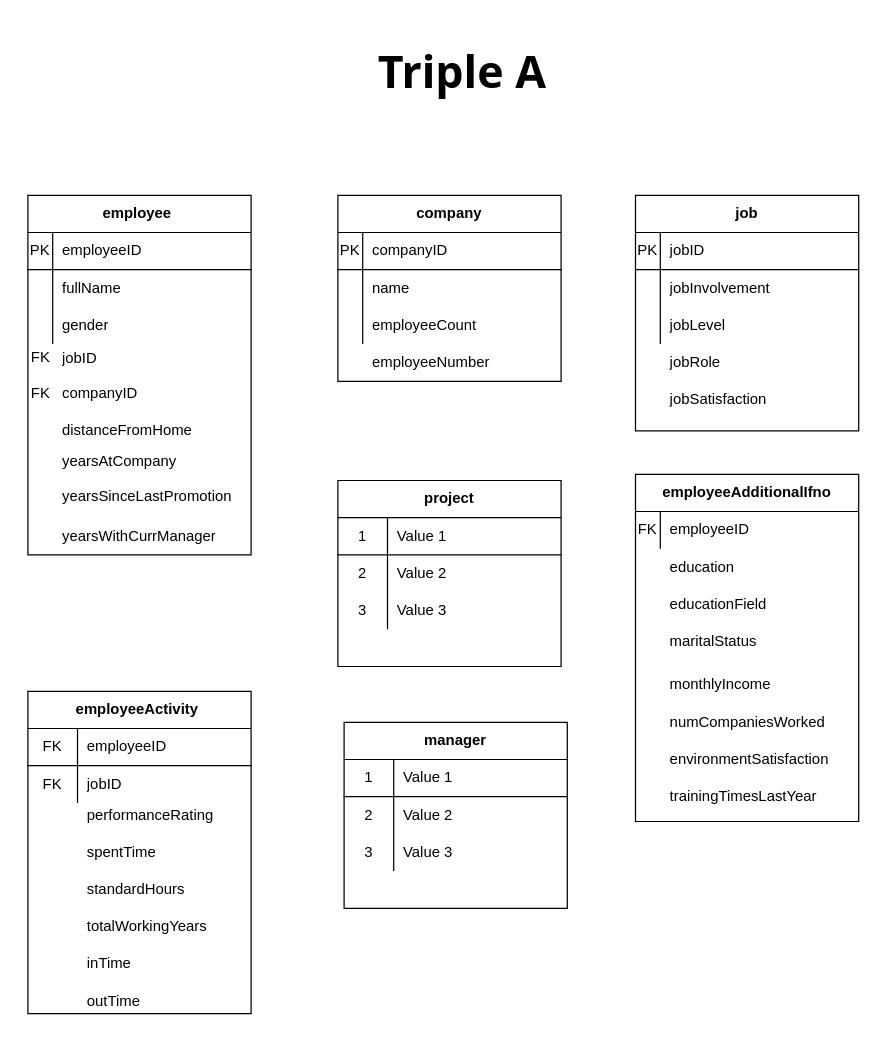
This is data/ActivMonitoring.drawio from s3rikbaeva/Activ-monitoring, a draw.io file, before an edit. Source tidied: cells renumbered, new cells numbered last; positions are measured from the earlier drawing's top-left corner, leaving out a move shared by most shapes. Both pictures are drawn from the tidied source at 124%, with x=0, y=0 at pixel (21, 21).
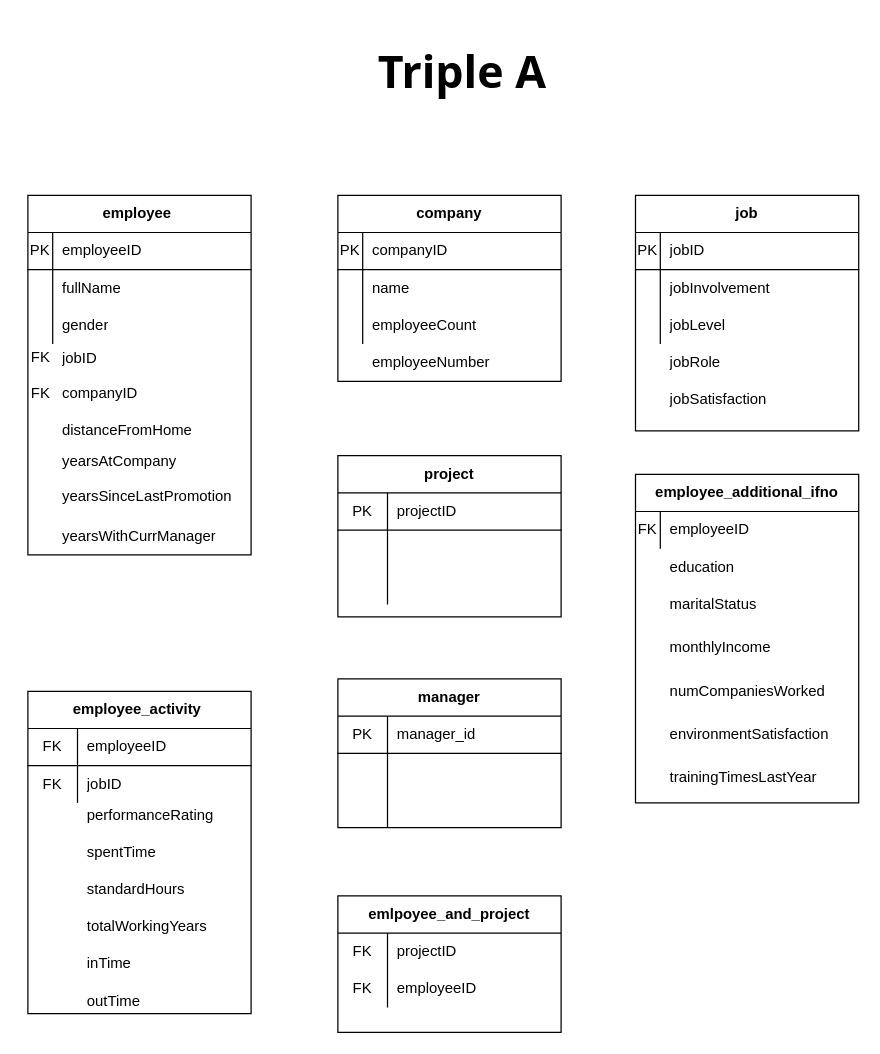
After the change.

Unchanged cells that the change refers to:
```xml
<mxCell id="75" style="shape=partialRectangle;html=1;whiteSpace=wrap;fillColor=none;top=0;left=0;bottom=1;right=0;" parent="74" vertex="1">
  <mxGeometry y="30" width="180" height="30" as="geometry" />
</mxCell>
<mxCell id="78" style="shape=partialRectangle;html=1;whiteSpace=wrap;fillColor=none;top=0;left=0;bottom=0;right=0;" parent="74" vertex="1">
  <mxGeometry y="60" width="180" height="30" as="geometry" />
</mxCell>
<mxCell id="81" style="shape=partialRectangle;html=1;whiteSpace=wrap;fillColor=none;top=0;left=0;bottom=0;right=0;" parent="74" vertex="1">
  <mxGeometry y="90" width="180" height="30" as="geometry" />
</mxCell>
<mxCell id="85" style="shape=partialRectangle;html=1;whiteSpace=wrap;fillColor=none;top=0;left=0;bottom=1;right=0;" parent="84" vertex="1">
  <mxGeometry y="30" width="180" height="30" as="geometry" />
</mxCell>
<mxCell id="88" style="shape=partialRectangle;html=1;whiteSpace=wrap;fillColor=none;top=0;left=0;bottom=0;right=0;" parent="84" vertex="1">
  <mxGeometry y="60" width="180" height="30" as="geometry" />
</mxCell>
<mxCell id="91" style="shape=partialRectangle;html=1;whiteSpace=wrap;fillColor=none;top=0;left=0;bottom=0;right=0;" parent="84" vertex="1">
  <mxGeometry y="90" width="180" height="30" as="geometry" />
</mxCell>
```

The edit, as a diff of the source:
```diff
@@
-    <mxCell id="34" value="employeeAdditionalIfno" style="shape=table;html=1;whiteSpace=wrap;startSize=30;childLayout=tableLayout;rowLines=0;fontStyle=1;align=center;" parent="1" vertex="1">
-      <mxGeometry x="495" y="365" width="180" height="280" as="geometry" />
+    <mxCell id="34" value="employee_additional_ifno" style="shape=table;html=1;whiteSpace=wrap;startSize=30;childLayout=tableLayout;rowLines=0;fontStyle=1;align=center;" parent="1" vertex="1">
+      <mxGeometry x="495" y="365" width="180" height="265" as="geometry" />
     </mxCell>
@@
-    <mxCell id="41" value="educationField" style="shape=partialRectangle;html=1;whiteSpace=wrap;fillColor=none;top=0;left=0;bottom=0;right=0;align=left;spacingLeft=6;overflow=hidden;" parent="1" vertex="1">
-      <mxGeometry x="515" y="455" width="160" height="30" as="geometry" />
-    </mxCell>
@@
     <mxCell id="44" value="environmentSatisfaction" style="shape=partialRectangle;html=1;whiteSpace=wrap;fillColor=none;top=0;left=0;bottom=0;right=0;align=left;spacingLeft=6;overflow=hidden;" parent="1" vertex="1">
-      <mxGeometry x="515" y="580" width="160" height="30" as="geometry" />
+      <mxGeometry x="515" y="560" width="160" height="30" as="geometry" />
     </mxCell>
@@
     <mxCell id="47" value="maritalStatus" style="shape=partialRectangle;html=1;whiteSpace=wrap;fillColor=none;top=0;left=0;bottom=0;right=0;align=left;spacingLeft=6;overflow=hidden;" parent="1" vertex="1">
-      <mxGeometry x="515" y="485" width="160" height="30" as="geometry" />
+      <mxGeometry x="515" y="455" width="160" height="30" as="geometry" />
     </mxCell>
     <mxCell id="48" value="numCompaniesWorked" style="shape=partialRectangle;html=1;whiteSpace=wrap;fillColor=none;top=0;left=0;bottom=0;right=0;align=left;spacingLeft=6;overflow=hidden;" parent="1" vertex="1">
-      <mxGeometry x="515" y="550" width="160" height="30" as="geometry" />
+      <mxGeometry x="515" y="525" width="160" height="30" as="geometry" />
     </mxCell>
     <mxCell id="49" value="monthlyIncome" style="shape=partialRectangle;html=1;whiteSpace=wrap;fillColor=none;top=0;left=0;bottom=0;right=0;align=left;spacingLeft=6;overflow=hidden;" parent="1" vertex="1">
-      <mxGeometry x="515" y="520" width="160" height="30" as="geometry" />
+      <mxGeometry x="515" y="490" width="160" height="30" as="geometry" />
     </mxCell>
@@
     <mxCell id="53" value="trainingTimesLastYear" style="shape=partialRectangle;html=1;whiteSpace=wrap;fillColor=none;top=0;left=0;bottom=0;right=0;align=left;spacingLeft=6;overflow=hidden;" parent="1" vertex="1">
-      <mxGeometry x="515" y="615" width="160" height="20" as="geometry" />
+      <mxGeometry x="515" y="600" width="160" height="20" as="geometry" />
     </mxCell>
@@
-    <mxCell id="63" value="employeeActivity&amp;nbsp;" style="shape=table;html=1;whiteSpace=wrap;startSize=30;childLayout=tableLayout;rowLines=0;fontStyle=1;align=center;" parent="1" vertex="1">
+    <mxCell id="63" value="employee_activity&amp;nbsp;" style="shape=table;html=1;whiteSpace=wrap;startSize=30;childLayout=tableLayout;rowLines=0;fontStyle=1;align=center;" parent="1" vertex="1">
       <mxGeometry x="5" y="540" width="180" height="260" as="geometry" />
     </mxCell>
@@
     <mxCell id="74" value="project" style="shape=table;html=1;whiteSpace=wrap;startSize=30;childLayout=tableLayout;rowLines=0;fontStyle=1;align=center;" parent="1" vertex="1">
-      <mxGeometry x="255" y="370" width="180" height="150" as="geometry" />
+      <mxGeometry x="255" y="350" width="180" height="130" as="geometry" />
     </mxCell>
@@
-    <mxCell id="76" value="1" style="shape=partialRectangle;html=1;whiteSpace=wrap;fillColor=none;top=0;left=0;bottom=0;right=0;overflow=hidden;" parent="75" vertex="1">
+    <mxCell id="76" value="PK" style="shape=partialRectangle;html=1;whiteSpace=wrap;fillColor=none;top=0;left=0;bottom=0;right=0;overflow=hidden;" parent="75" vertex="1">
       <mxGeometry width="40" height="30" as="geometry" />
     </mxCell>
-    <mxCell id="77" value="Value 1" style="shape=partialRectangle;html=1;whiteSpace=wrap;fillColor=none;top=0;left=0;bottom=0;right=0;align=left;spacingLeft=6;overflow=hidden;" parent="75" vertex="1">
+    <mxCell id="77" value="projectID" style="shape=partialRectangle;html=1;whiteSpace=wrap;fillColor=none;top=0;left=0;bottom=0;right=0;align=left;spacingLeft=6;overflow=hidden;" parent="75" vertex="1">
       <mxGeometry x="40" width="140" height="30" as="geometry" />
     </mxCell>
@@
-    <mxCell id="79" value="2" style="shape=partialRectangle;html=1;whiteSpace=wrap;fillColor=none;top=0;left=0;bottom=0;right=0;overflow=hidden;" parent="78" vertex="1">
+    <mxCell id="79" style="shape=partialRectangle;html=1;whiteSpace=wrap;fillColor=none;top=0;left=0;bottom=0;right=0;overflow=hidden;" parent="78" vertex="1">
       <mxGeometry width="40" height="30" as="geometry" />
     </mxCell>
-    <mxCell id="80" value="Value 2" style="shape=partialRectangle;html=1;whiteSpace=wrap;fillColor=none;top=0;left=0;bottom=0;right=0;align=left;spacingLeft=6;overflow=hidden;" parent="78" vertex="1">
+    <mxCell id="80" style="shape=partialRectangle;html=1;whiteSpace=wrap;fillColor=none;top=0;left=0;bottom=0;right=0;align=left;spacingLeft=6;overflow=hidden;" parent="78" vertex="1">
       <mxGeometry x="40" width="140" height="30" as="geometry" />
     </mxCell>
@@
-    <mxCell id="82" value="3" style="shape=partialRectangle;html=1;whiteSpace=wrap;fillColor=none;top=0;left=0;bottom=0;right=0;overflow=hidden;" parent="81" vertex="1">
+    <mxCell id="82" style="shape=partialRectangle;html=1;whiteSpace=wrap;fillColor=none;top=0;left=0;bottom=0;right=0;overflow=hidden;" parent="81" vertex="1">
       <mxGeometry width="40" height="30" as="geometry" />
     </mxCell>
-    <mxCell id="83" value="Value 3" style="shape=partialRectangle;html=1;whiteSpace=wrap;fillColor=none;top=0;left=0;bottom=0;right=0;align=left;spacingLeft=6;overflow=hidden;" parent="81" vertex="1">
+    <mxCell id="83" style="shape=partialRectangle;html=1;whiteSpace=wrap;fillColor=none;top=0;left=0;bottom=0;right=0;align=left;spacingLeft=6;overflow=hidden;" parent="81" vertex="1">
       <mxGeometry x="40" width="140" height="30" as="geometry" />
     </mxCell>
     <mxCell id="84" value="manager" style="shape=table;html=1;whiteSpace=wrap;startSize=30;childLayout=tableLayout;rowLines=0;fontStyle=1;align=center;" parent="1" vertex="1">
-      <mxGeometry x="260" y="565" width="180" height="150" as="geometry" />
+      <mxGeometry x="255" y="530" width="180" height="120" as="geometry" />
     </mxCell>
@@
-    <mxCell id="86" value="1" style="shape=partialRectangle;html=1;whiteSpace=wrap;fillColor=none;top=0;left=0;bottom=0;right=0;overflow=hidden;" parent="85" vertex="1">
+    <mxCell id="86" value="PK" style="shape=partialRectangle;html=1;whiteSpace=wrap;fillColor=none;top=0;left=0;bottom=0;right=0;overflow=hidden;" parent="85" vertex="1">
       <mxGeometry width="40" height="30" as="geometry" />
     </mxCell>
-    <mxCell id="87" value="Value 1" style="shape=partialRectangle;html=1;whiteSpace=wrap;fillColor=none;top=0;left=0;bottom=0;right=0;align=left;spacingLeft=6;overflow=hidden;" parent="85" vertex="1">
+    <mxCell id="87" value="manager_id" style="shape=partialRectangle;html=1;whiteSpace=wrap;fillColor=none;top=0;left=0;bottom=0;right=0;align=left;spacingLeft=6;overflow=hidden;" parent="85" vertex="1">
       <mxGeometry x="40" width="140" height="30" as="geometry" />
     </mxCell>
@@
-    <mxCell id="89" value="2" style="shape=partialRectangle;html=1;whiteSpace=wrap;fillColor=none;top=0;left=0;bottom=0;right=0;overflow=hidden;" parent="88" vertex="1">
+    <mxCell id="89" style="shape=partialRectangle;html=1;whiteSpace=wrap;fillColor=none;top=0;left=0;bottom=0;right=0;overflow=hidden;" parent="88" vertex="1">
       <mxGeometry width="40" height="30" as="geometry" />
     </mxCell>
-    <mxCell id="90" value="Value 2" style="shape=partialRectangle;html=1;whiteSpace=wrap;fillColor=none;top=0;left=0;bottom=0;right=0;align=left;spacingLeft=6;overflow=hidden;" parent="88" vertex="1">
+    <mxCell id="90" style="shape=partialRectangle;html=1;whiteSpace=wrap;fillColor=none;top=0;left=0;bottom=0;right=0;align=left;spacingLeft=6;overflow=hidden;" parent="88" vertex="1">
       <mxGeometry x="40" width="140" height="30" as="geometry" />
     </mxCell>
@@
-    <mxCell id="92" value="3" style="shape=partialRectangle;html=1;whiteSpace=wrap;fillColor=none;top=0;left=0;bottom=0;right=0;overflow=hidden;" parent="91" vertex="1">
+    <mxCell id="92" style="shape=partialRectangle;html=1;whiteSpace=wrap;fillColor=none;top=0;left=0;bottom=0;right=0;overflow=hidden;" parent="91" vertex="1">
       <mxGeometry width="40" height="30" as="geometry" />
     </mxCell>
-    <mxCell id="93" value="Value 3" style="shape=partialRectangle;html=1;whiteSpace=wrap;fillColor=none;top=0;left=0;bottom=0;right=0;align=left;spacingLeft=6;overflow=hidden;" parent="91" vertex="1">
+    <mxCell id="93" style="shape=partialRectangle;html=1;whiteSpace=wrap;fillColor=none;top=0;left=0;bottom=0;right=0;align=left;spacingLeft=6;overflow=hidden;" parent="91" vertex="1">
       <mxGeometry x="40" width="140" height="30" as="geometry" />
     </mxCell>
+    <mxCell id="94" value="emlpoyee_and_project" style="shape=table;html=1;whiteSpace=wrap;startSize=30;childLayout=tableLayout;rowLines=0;fontStyle=1;align=center;" parent="1" vertex="1">
+      <mxGeometry x="255" y="705" width="180" height="110" as="geometry" />
+    </mxCell>
+    <mxCell id="95" style="shape=partialRectangle;html=1;whiteSpace=wrap;fillColor=none;top=0;left=0;bottom=0;right=0;" parent="94" vertex="1">
+      <mxGeometry y="30" width="180" height="30" as="geometry" />
+    </mxCell>
+    <mxCell id="96" value="FK" style="shape=partialRectangle;html=1;whiteSpace=wrap;fillColor=none;top=0;left=0;bottom=0;right=0;overflow=hidden;" parent="95" vertex="1">
+      <mxGeometry width="40" height="30" as="geometry" />
+    </mxCell>
+    <mxCell id="97" style="shape=partialRectangle;html=1;whiteSpace=wrap;fillColor=none;top=0;left=0;bottom=0;right=0;align=left;spacingLeft=6;overflow=hidden;" parent="95" vertex="1">
+      <mxGeometry x="40" width="140" height="30" as="geometry" />
+    </mxCell>
+    <mxCell id="98" style="shape=partialRectangle;html=1;whiteSpace=wrap;fillColor=none;top=0;left=0;bottom=0;right=0;" parent="94" vertex="1">
+      <mxGeometry y="60" width="180" height="30" as="geometry" />
+    </mxCell>
+    <mxCell id="99" value="FK" style="shape=partialRectangle;html=1;whiteSpace=wrap;fillColor=none;top=0;left=0;bottom=0;right=0;overflow=hidden;" parent="98" vertex="1">
+      <mxGeometry width="40" height="30" as="geometry" />
+    </mxCell>
+    <mxCell id="100" value="employeeID" style="shape=partialRectangle;html=1;whiteSpace=wrap;fillColor=none;top=0;left=0;bottom=0;right=0;align=left;spacingLeft=6;overflow=hidden;" parent="98" vertex="1">
+      <mxGeometry x="40" width="140" height="30" as="geometry" />
+    </mxCell>
+    <mxCell id="101" value="projectID" style="shape=partialRectangle;html=1;whiteSpace=wrap;fillColor=none;top=0;left=0;bottom=0;right=0;align=left;spacingLeft=6;overflow=hidden;" parent="1" vertex="1">
+      <mxGeometry x="295" y="735" width="140" height="30" as="geometry" />
+    </mxCell>
```
